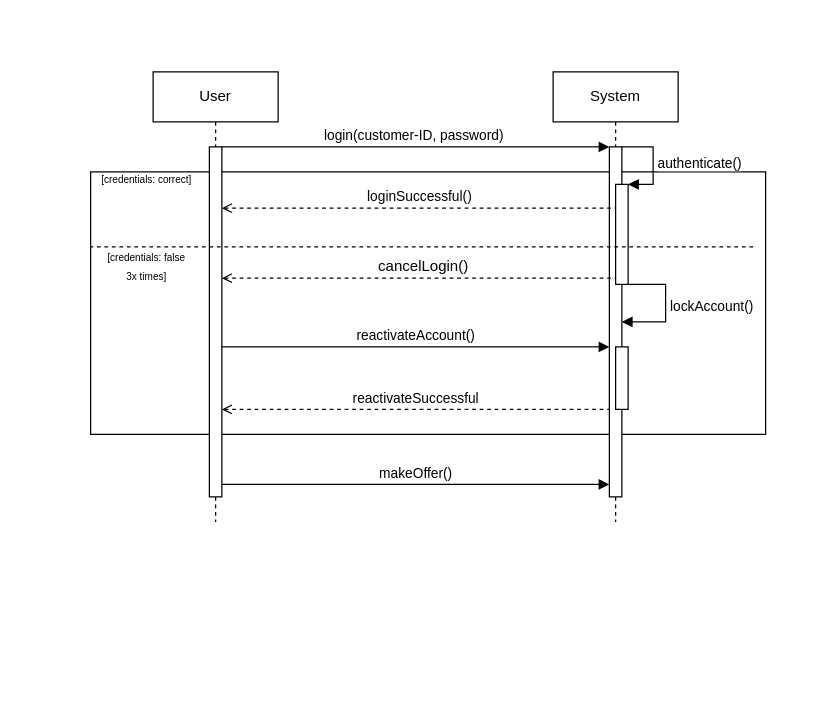
Lenni528/UMLions keeps this draw.io diagram as diagrams/B1/B1_Login.drawio. Above is the earlier version. Source tidied: cells renumbered, new cells numbered last; positions are measured from the earlier drawing's top-left corner, leaving out a move shared by most shapes. Both pictures are drawn from the tidied source at 125%, with x=0, y=0 at pixel (90, 71).
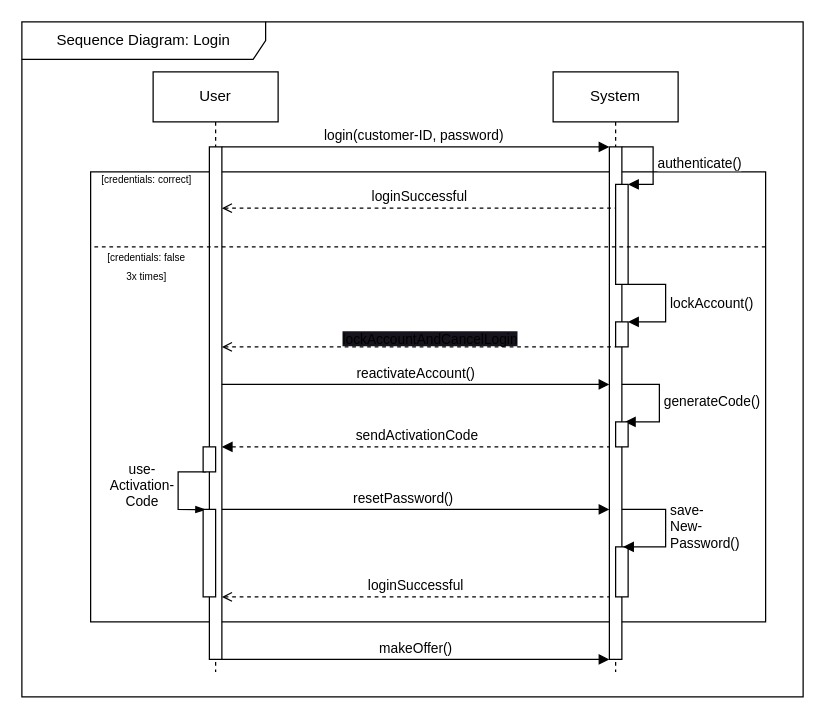
Above is the later version.

Unchanged cells that the change refers to:
```xml
<mxCell id="7" style="html=1;points=[[0,0,0,0,5],[0,1,0,0,-5],[1,0,0,0,5],[1,1,0,0,-5]];perimeter=orthogonalPerimeter;outlineConnect=0;targetShapes=umlLifeline;portConstraint=eastwest;newEdgeStyle={&quot;curved&quot;:0,&quot;rounded&quot;:0};" parent="5" vertex="1">
  <mxGeometry x="50" y="90" width="10" height="80" as="geometry" />
</mxCell>
```

Change to the diagram source:
```diff
@@
     <mxCell id="2" style="rounded=0;whiteSpace=wrap;html=1;" parent="1" vertex="1">
-      <mxGeometry y="80" width="540" height="210" as="geometry" />
+      <mxGeometry y="80" width="540" height="360" as="geometry" />
     </mxCell>
     <mxCell id="3" value="User" style="shape=umlLifeline;perimeter=lifelinePerimeter;whiteSpace=wrap;html=1;newEdgeStyle={&quot;edgeStyle&quot;:&quot;elbowEdgeStyle&quot;,&quot;elbow&quot;:&quot;vertical&quot;,&quot;curved&quot;:0,&quot;rounded&quot;:0};" parent="1" vertex="1">
-      <mxGeometry x="50" width="100" height="360" as="geometry" />
+      <mxGeometry x="50" width="100" height="480" as="geometry" />
     </mxCell>
     <mxCell id="4" style="html=1;points=[[0,0,0,0,5],[0,1,0,0,-5],[1,0,0,0,5],[1,1,0,0,-5]];perimeter=orthogonalPerimeter;outlineConnect=0;targetShapes=umlLifeline;portConstraint=eastwest;newEdgeStyle={&quot;curved&quot;:0,&quot;rounded&quot;:0};" parent="3" vertex="1">
-      <mxGeometry x="45" y="60" width="10" height="280" as="geometry" />
+      <mxGeometry x="45" y="60" width="10" height="410" as="geometry" />
     </mxCell>
     <mxCell id="5" value="System" style="shape=umlLifeline;perimeter=lifelinePerimeter;whiteSpace=wrap;html=1;newEdgeStyle={&quot;edgeStyle&quot;:&quot;elbowEdgeStyle&quot;,&quot;elbow&quot;:&quot;vertical&quot;,&quot;curved&quot;:0,&quot;rounded&quot;:0};" parent="1" vertex="1">
-      <mxGeometry x="370" width="100" height="360" as="geometry" />
+      <mxGeometry x="370" width="100" height="480" as="geometry" />
     </mxCell>
     <mxCell id="6" style="html=1;points=[[0,0,0,0,5],[0,1,0,0,-5],[1,0,0,0,5],[1,1,0,0,-5]];perimeter=orthogonalPerimeter;outlineConnect=0;targetShapes=umlLifeline;portConstraint=eastwest;newEdgeStyle={&quot;curved&quot;:0,&quot;rounded&quot;:0};" parent="5" vertex="1">
-      <mxGeometry x="45" y="60" width="10" height="280" as="geometry" />
+      <mxGeometry x="45" y="60" width="10" height="410" as="geometry" />
     </mxCell>
@@
-    <mxCell id="11" value="loginSuccessful()" style="html=1;verticalAlign=bottom;endArrow=none;curved=0;rounded=0;dashed=1;startArrow=open;startFill=0;endFill=0;" parent="1" edge="1" source="4">
+    <mxCell id="11" value="loginSuccessful" style="html=1;verticalAlign=bottom;endArrow=none;curved=0;rounded=0;dashed=1;startArrow=open;startFill=0;endFill=0;" parent="1" edge="1" source="4">
       <mxGeometry relative="1" as="geometry">
         <mxPoint x="420" y="109" as="targetPoint" />
       </mxGeometry>
     </mxCell>
-    <mxCell id="12" style="html=1;verticalAlign=bottom;endArrow=none;dashed=1;endSize=8;curved=0;rounded=0;entryX=0;entryY=0.5;entryDx=0;entryDy=0;exitX=1;exitY=0.5;exitDx=0;exitDy=0;endFill=0;" parent="1" edge="1">
+    <mxCell id="12" style="html=1;verticalAlign=bottom;endArrow=none;dashed=1;endSize=8;curved=0;rounded=0;entryX=0;entryY=0.5;entryDx=0;entryDy=0;endFill=0;" parent="1" edge="1">
       <mxGeometry relative="1" as="geometry">
-        <mxPoint x="530" y="140" as="sourcePoint" />
+        <mxPoint x="540" y="140" as="sourcePoint" />
         <mxPoint y="140" as="targetPoint" />
       </mxGeometry>
     </mxCell>
@@
-    <mxCell id="14" style="edgeStyle=elbowEdgeStyle;fontSize=12;html=1;endArrow=none;endFill=0;rounded=0;entryX=0;entryY=1;entryDx=0;entryDy=-5;entryPerimeter=0;startArrow=open;startFill=0;dashed=1;" parent="1" edge="1" source="4" target="7">
-      <mxGeometry relative="1" as="geometry">
-        <Array as="points">
-          <mxPoint x="260" y="165" />
-        </Array>
-      </mxGeometry>
-    </mxCell>
-    <mxCell id="15" value="&lt;span style=&quot;font-size: 12px; text-wrap: wrap; background-color: rgb(251, 251, 251);&quot;&gt;cancelLogin()&lt;/span&gt;" style="edgeLabel;html=1;align=center;verticalAlign=middle;" parent="14" vertex="1">
-      <mxGeometry x="0.08" y="1" relative="1" as="geometry">
-        <mxPoint x="-10" y="-9" as="offset" />
-      </mxGeometry>
-    </mxCell>
-    <mxCell id="16" value="lockAccount()" style="html=1;align=left;spacingLeft=2;endArrow=block;rounded=0;edgeStyle=orthogonalEdgeStyle;curved=0;rounded=0;" parent="1" edge="1" target="6">
+    <mxCell id="16" value="lockAccount()" style="html=1;align=left;spacingLeft=2;endArrow=block;rounded=0;edgeStyle=orthogonalEdgeStyle;curved=0;rounded=0;entryX=1;entryY=0;entryDx=0;entryDy=0;" parent="1" edge="1" target="18">
       <mxGeometry relative="1" as="geometry">
         <mxPoint x="430" y="170" as="sourcePoint" />
         <Array as="points">
           <mxPoint x="460" y="170" />
           <mxPoint x="460" y="200" />
         </Array>
       </mxGeometry>
     </mxCell>
     <mxCell id="17" value="reactivateAccount()" style="html=1;verticalAlign=bottom;endArrow=block;curved=0;rounded=0;" parent="1" edge="1">
       <mxGeometry relative="1" as="geometry">
-        <mxPoint x="105" y="220" as="sourcePoint" />
-        <mxPoint x="415" y="220" as="targetPoint" />
+        <mxPoint x="105" y="250" as="sourcePoint" />
+        <mxPoint x="415" y="250" as="targetPoint" />
       </mxGeometry>
     </mxCell>
     <mxCell id="18" style="rounded=0;whiteSpace=wrap;html=1;" parent="1" vertex="1">
-      <mxGeometry x="420" y="220" width="10" height="50" as="geometry" />
+      <mxGeometry x="420" y="200" width="10" height="20" as="geometry" />
     </mxCell>
-    <mxCell id="19" value="reactivateSuccessful" style="html=1;verticalAlign=bottom;endArrow=none;curved=0;rounded=0;startArrow=open;startFill=0;endFill=0;dashed=1;" parent="1" edge="1">
+    <mxCell id="19" value="loginSuccessful" style="html=1;verticalAlign=bottom;endArrow=none;curved=0;rounded=0;startArrow=open;startFill=0;endFill=0;dashed=1;" parent="1" edge="1">
       <mxGeometry relative="1" as="geometry">
-        <mxPoint x="105" y="270" as="sourcePoint" />
-        <mxPoint x="415" y="270" as="targetPoint" />
+        <mxPoint x="105" y="420" as="sourcePoint" />
+        <mxPoint x="415" y="420" as="targetPoint" />
       </mxGeometry>
     </mxCell>
     <mxCell id="20" value="makeOffer()" style="html=1;verticalAlign=bottom;endArrow=block;curved=0;rounded=0;" parent="1" edge="1">
       <mxGeometry relative="1" as="geometry">
-        <mxPoint x="105" y="330" as="sourcePoint" />
-        <mxPoint x="415" y="330" as="targetPoint" />
+        <mxPoint x="105" y="470" as="sourcePoint" />
+        <mxPoint x="415" y="470" as="targetPoint" />
       </mxGeometry>
     </mxCell>
+    <mxCell id="21" style="edgeStyle=elbowEdgeStyle;fontSize=12;html=1;endArrow=none;endFill=0;rounded=0;entryX=0;entryY=1;entryDx=0;entryDy=-5;entryPerimeter=0;startArrow=open;startFill=0;dashed=1;" parent="1" edge="1">
+      <mxGeometry relative="1" as="geometry">
+        <mxPoint x="105" y="220" as="sourcePoint" />
+        <mxPoint x="420" y="220" as="targetPoint" />
+        <Array as="points">
+          <mxPoint x="260" y="220" />
+        </Array>
+      </mxGeometry>
+    </mxCell>
+    <mxCell id="22" value="&lt;div style=&quot;text-align: center;&quot;&gt;&lt;span style=&quot;font-size: 11px; text-wrap: nowrap; background-color: rgb(24, 20, 29);&quot;&gt;lockAccountAndCancelLogin&lt;/span&gt;&lt;/div&gt;" style="text;whiteSpace=wrap;html=1;" parent="1" vertex="1">
+      <mxGeometry x="200" y="200" width="150" height="20" as="geometry" />
+    </mxCell>
+    <mxCell id="23" value="generateCode()" style="html=1;align=left;spacingLeft=2;endArrow=block;rounded=0;edgeStyle=orthogonalEdgeStyle;curved=0;rounded=0;entryX=0.75;entryY=0;entryDx=0;entryDy=0;" parent="1" edge="1" source="6" target="24">
+      <mxGeometry relative="1" as="geometry">
+        <Array as="points">
+          <mxPoint x="455" y="250" />
+          <mxPoint x="455" y="280" />
+        </Array>
+      </mxGeometry>
+    </mxCell>
+    <mxCell id="24" style="rounded=0;whiteSpace=wrap;html=1;" parent="1" vertex="1">
+      <mxGeometry x="420" y="280" width="10" height="20" as="geometry" />
+    </mxCell>
+    <mxCell id="25" style="endArrow=none;html=1;rounded=0;startArrow=block;startFill=1;dashed=1;" parent="1" edge="1">
+      <mxGeometry relative="1" as="geometry">
+        <mxPoint x="105" y="300" as="sourcePoint" />
+        <mxPoint x="415" y="300" as="targetPoint" />
+      </mxGeometry>
+    </mxCell>
+    <mxCell id="26" value="sendActivationCode" style="edgeLabel;html=1;align=center;verticalAlign=middle;" parent="25" vertex="1">
+      <mxGeometry x="-0.11" y="2" relative="1" as="geometry">
+        <mxPoint x="17" y="-8" as="offset" />
+      </mxGeometry>
+    </mxCell>
+    <mxCell id="27" style="endArrow=none;html=1;rounded=0;entryX=0.25;entryY=1;entryDx=0;entryDy=0;exitX=-0.273;exitY=0.708;exitDx=0;exitDy=0;exitPerimeter=0;endFill=0;startArrow=blockThin;startFill=1;" parent="1" edge="1" source="4" target="29">
+      <mxGeometry relative="1" as="geometry">
+        <Array as="points">
+          <mxPoint x="70" y="350" />
+          <mxPoint x="70" y="320" />
+        </Array>
+      </mxGeometry>
+    </mxCell>
+    <mxCell id="28" value="use-&lt;br&gt;Activation-&lt;br&gt;Code" style="edgeLabel;html=1;align=center;verticalAlign=middle;" parent="27" vertex="1">
+      <mxGeometry x="-0.14" relative="1" as="geometry">
+        <mxPoint x="-30" y="-10" as="offset" />
+      </mxGeometry>
+    </mxCell>
+    <mxCell id="29" style="rounded=0;whiteSpace=wrap;html=1;" parent="1" vertex="1">
+      <mxGeometry x="90" y="300" width="10" height="20" as="geometry" />
+    </mxCell>
+    <mxCell id="30" style="rounded=0;whiteSpace=wrap;html=1;" parent="1" vertex="1">
+      <mxGeometry x="90" y="350" width="10" height="70" as="geometry" />
+    </mxCell>
+    <mxCell id="31" style="endArrow=block;html=1;rounded=0;startArrow=none;startFill=0;endFill=1;" parent="1" edge="1" target="6">
+      <mxGeometry relative="1" as="geometry">
+        <mxPoint x="105" y="350" as="sourcePoint" />
+      </mxGeometry>
+    </mxCell>
+    <mxCell id="32" value="resetPassword()" style="edgeLabel;html=1;align=center;verticalAlign=middle;" parent="31" vertex="1">
+      <mxGeometry x="-0.07" y="1" relative="1" as="geometry">
+        <mxPoint y="-9" as="offset" />
+      </mxGeometry>
+    </mxCell>
+    <mxCell id="33" style="rounded=0;whiteSpace=wrap;html=1;" parent="1" vertex="1">
+      <mxGeometry x="420" y="380" width="10" height="40" as="geometry" />
+    </mxCell>
+    <mxCell id="34" value="save-&lt;br&gt;New-&lt;br&gt;Password()" style="html=1;align=left;spacingLeft=2;endArrow=block;rounded=0;edgeStyle=orthogonalEdgeStyle;curved=0;rounded=0;entryX=0.604;entryY=0;entryDx=0;entryDy=0;entryPerimeter=0;" parent="1" edge="1" source="6" target="33">
+      <mxGeometry relative="1" as="geometry">
+        <Array as="points">
+          <mxPoint x="460" y="350" />
+          <mxPoint x="460" y="380" />
+        </Array>
+      </mxGeometry>
+    </mxCell>
+    <mxCell id="35" value="Sequence Diagram: Login" style="shape=umlFrame;whiteSpace=wrap;html=1;width=195;height=30;" parent="1" vertex="1">
+      <mxGeometry x="-55" y="-40" width="625" height="540" as="geometry" />
+    </mxCell>
```
